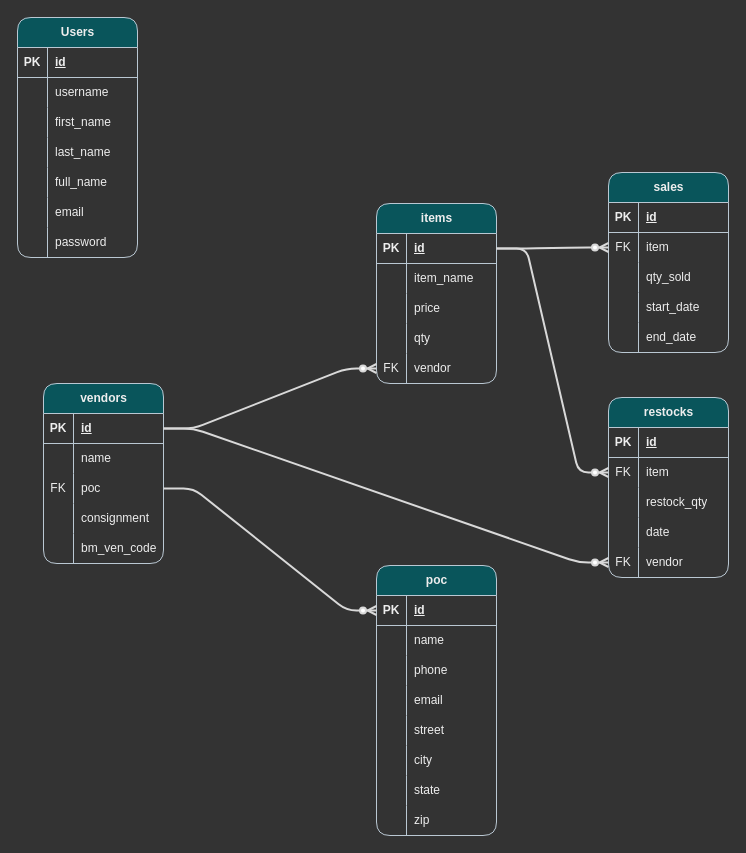
The draw.io diagram docs/SAMS_DB.drawio in TimeCrunch101/vendor-reports, before the edit. Source tidied: cells renumbered, new cells numbered last; positions are measured from the earlier drawing's top-left corner, leaving out a move shared by most shapes. Both pictures are drawn from the tidied source at 100%, with x=0, y=0 at pixel (17, 17).
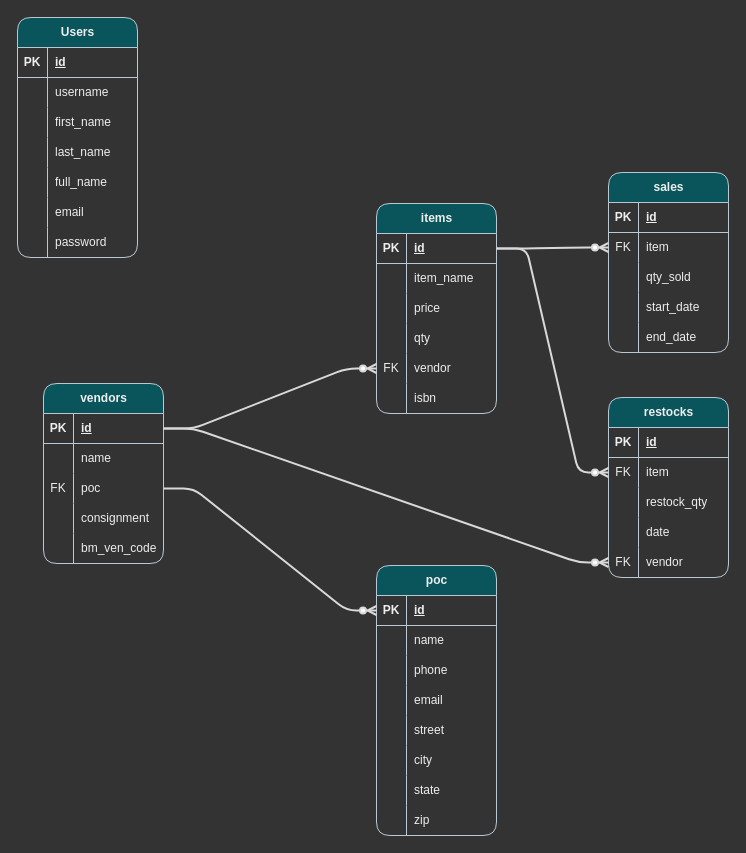
After the change.

Commit message (it also covers changes not shown here):
feat: adds ISBN field to items table in DB

Change to the diagram source:
```diff
@@
     <mxCell id="40" value="items" style="shape=table;startSize=30;childLayout=tableLayout;rowLines=0;fontStyle=1;align=center;html=1;rounded=1;labelBackgroundColor=none;fillColor=#09555B;strokeColor=#BAC8D3;fontColor=#EEEEEE;" parent="1" vertex="1">
-      <mxGeometry x="359" y="186" width="120" height="180" as="geometry" />
+      <mxGeometry x="359" y="186" width="120" height="210" as="geometry" />
     </mxCell>
@@
+    <mxCell id="118" style="shape=tableRow;horizontal=0;startSize=0;swimlaneHead=0;swimlaneBody=0;fillColor=none;top=0;left=0;right=0;bottom=0;rounded=1;labelBackgroundColor=none;strokeColor=#BAC8D3;fontColor=#EEEEEE;" parent="40" vertex="1">
+      <mxGeometry y="180" width="120" height="30" as="geometry" />
+    </mxCell>
+    <mxCell id="119" style="shape=partialRectangle;fillColor=none;top=0;left=0;bottom=0;right=0;overflow=hidden;whiteSpace=wrap;html=1;rounded=1;labelBackgroundColor=none;strokeColor=#BAC8D3;fontColor=#EEEEEE;" parent="118" vertex="1">
+      <mxGeometry width="30" height="30" as="geometry" />
+    </mxCell>
+    <mxCell id="120" value="isbn" style="shape=partialRectangle;fillColor=none;top=0;left=0;bottom=0;right=0;align=left;spacingLeft=6;overflow=hidden;whiteSpace=wrap;html=1;rounded=1;labelBackgroundColor=none;strokeColor=#BAC8D3;fontColor=#EEEEEE;" parent="118" vertex="1">
+      <mxGeometry x="30" width="90" height="30" as="geometry" />
+    </mxCell>
```
